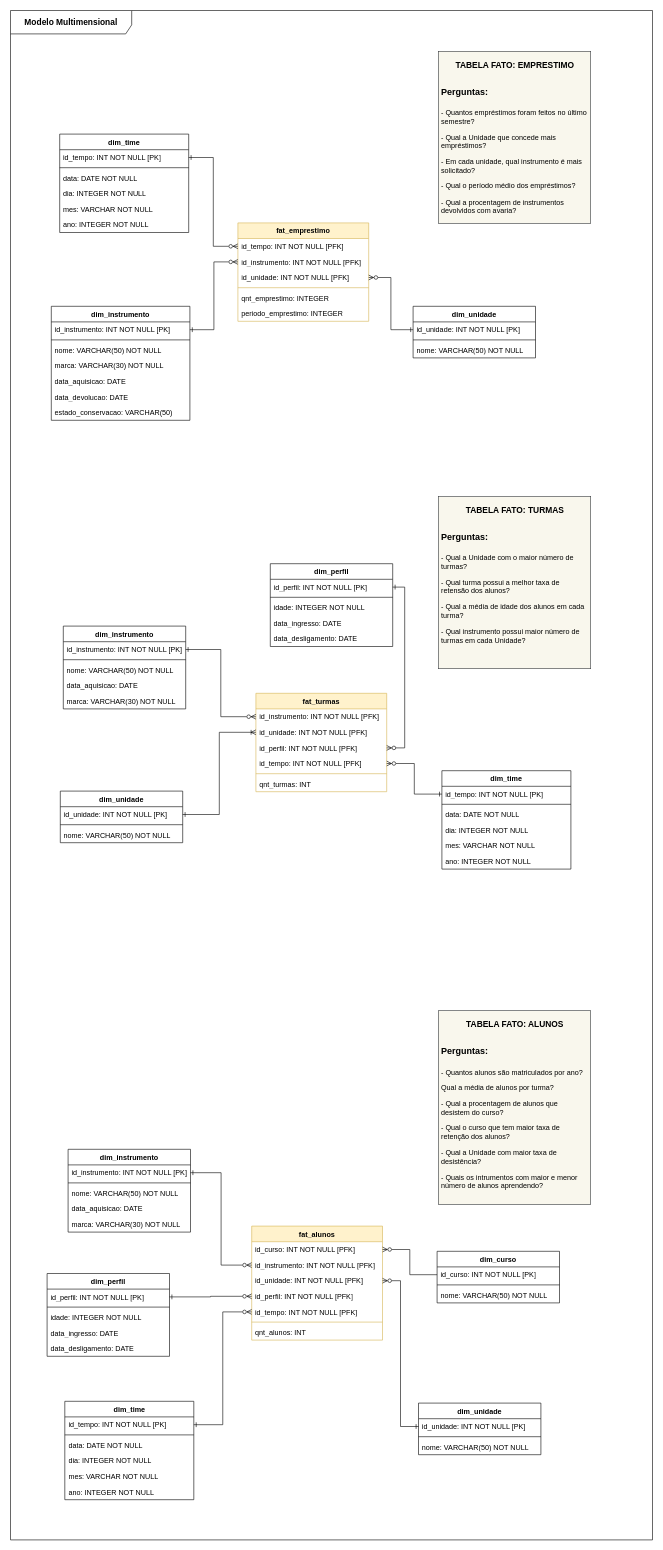
Earlier version of the draw.io diagram page "Page-2" (2 of 2) of Documentacao/Projeto_04-Diagrama de Caso de Uso - R02.drawio (Allandpn/PUC-Eixo04). Source tidied: cells renumbered, new cells numbered last; positions are measured from the earlier drawing's top-left corner, leaving out a move shared by most shapes. Both pictures are drawn from the tidied source at 60%, with x=0, y=0 at pixel (10, 10).
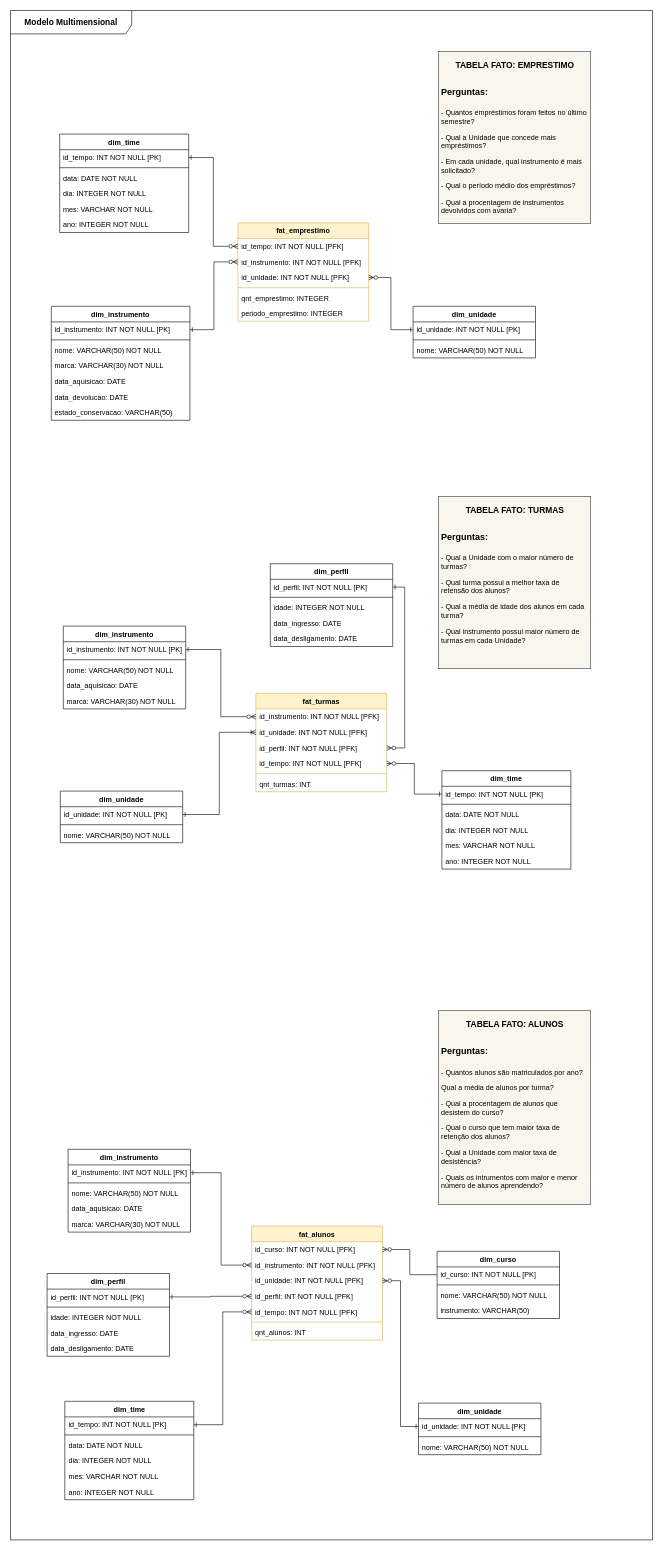
The same page after the edit.

Change to the diagram source:
```diff
@@
     <mxCell id="49" value="dim_curso" style="swimlane;fontStyle=1;align=center;verticalAlign=top;horizontal=1;startSize=26;whiteSpace=wrap;html=1;" parent="1" vertex="1">
-      <mxGeometry x="711" y="2068" width="204" height="86" as="geometry" />
+      <mxGeometry x="711" y="2068" width="204" height="112" as="geometry" />
     </mxCell>
@@
+    <mxCell id="109" value="instrumento: VARCHAR(50)" style="text;strokeColor=none;fillColor=none;align=left;verticalAlign=top;spacingLeft=4;spacingRight=4;overflow=hidden;whiteSpace=wrap;html=1;" parent="49" vertex="1">
+      <mxGeometry y="86" width="204" height="26" as="geometry" />
+    </mxCell>
```
